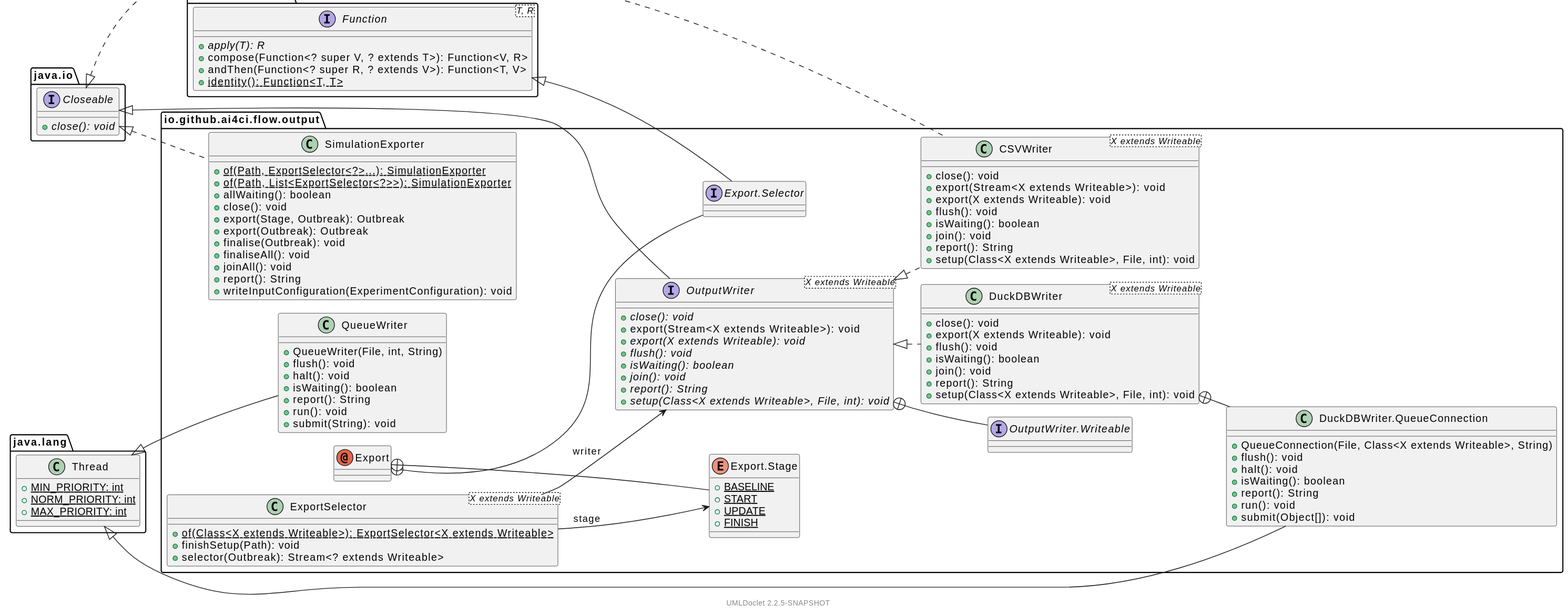
ai4ci/jpansim2 keeps this PlantUML diagram as jpansim2-core/apidocs/io/github/ai4ci/flow/output/package.svg. Above is the earlier version. Source of this version:
```plantuml
@startuml


    !pragma layout smetana
    left to right direction
    set separator ::

    package io.github.ai4ci.flow.output {

        class SimulationExporter [[SimulationExporter.html]] {
            {static} +of(Path, ExportSelector<?>...): SimulationExporter
            {static} +of(Path, List<ExportSelector<?>>): SimulationExporter
            +allWaiting(): boolean
            +close(): void
            +export(Stage, Outbreak): Outbreak
            +export(Outbreak): Outbreak
            +finalise(Outbreak): void
            +finaliseAll(): void
            +joinAll(): void
            +report(): String
            +writeInputConfiguration(ExperimentConfiguration): void
        }

        class QueueWriter [[QueueWriter.html]] {
            +QueueWriter(File, int, String)
            +flush(): void
            +halt(): void
            +isWaiting(): boolean
            +report(): String
            +run(): void
            +submit(String): void
        }

        class ExportSelector<X extends Writeable> [[ExportSelector.html]] {
            {static} +of(Class<X extends Writeable>): ExportSelector<X extends Writeable>
            +finishSetup(Path): void
            +selector(Outbreak): Stream<? extends Writeable>
        }

        interface OutputWriter<X extends Writeable> [[OutputWriter.html]] {
            {abstract} +close(): void
            +export(Stream<X extends Writeable>): void
            {abstract} +export(X extends Writeable): void
            {abstract} +flush(): void
            {abstract} +isWaiting(): boolean
            {abstract} +join(): void
            {abstract} +report(): String
            {abstract} +setup(Class<X extends Writeable>, File, int): void
        }

        interface OutputWriter.Writeable [[OutputWriter.Writeable.html]]

        class CSVWriter<X extends Writeable> [[CSVWriter.html]] {
            +close(): void
            +export(Stream<X extends Writeable>): void
            +export(X extends Writeable): void
            +flush(): void
            +isWaiting(): boolean
            +join(): void
            +report(): String
            +setup(Class<X extends Writeable>, File, int): void
        }

        class DuckDBWriter<X extends Writeable> [[DuckDBWriter.html]] {
            +close(): void
            +export(X extends Writeable): void
            +flush(): void
            +isWaiting(): boolean
            +join(): void
            +report(): String
            +setup(Class<X extends Writeable>, File, int): void
        }

        class DuckDBWriter.QueueConnection [[DuckDBWriter.QueueConnection.html]] {
            +QueueConnection(File, Class<X extends Writeable>, String)
            +flush(): void
            +halt(): void
            +isWaiting(): boolean
            +report(): String
            +run(): void
            +submit(Object[]): void
        }

        annotation Export [[Export.html]]

        interface Export.Selector [[Export.Selector.html]]

        enum Export.Stage [[Export.Stage.html]] {
            {static} +BASELINE
            {static} +START
            {static} +UPDATE
            {static} +FINISH
        }

    }

    package java.io {
        interface Closeable [[https://docs.oracle.com/en/java/javase/11/docs/api/java.base/java/io/Closeable.html?is-external=true]] {
            {abstract} +close(): void
        }
    }

    package java.lang {
        class Thread [[https://docs.oracle.com/en/java/javase/11/docs/api/java.base/java/lang/Thread.html?is-external=true]] {
            {static} +MIN_PRIORITY: int
            {static} +NORM_PRIORITY: int
            {static} +MAX_PRIORITY: int
        }
    }

    package java.util.function {
        interface Function<T, R> [[https://docs.oracle.com/en/java/javase/11/docs/api/java.base/java/util/function/Function.html?is-external=true]] {
            {abstract} +apply(T): R
            +compose(Function<? super V, ? extends T>): Function<V, R>
            +andThen(Function<? super R, ? extends V>): Function<T, V>
            {static} +identity(): Function<T, T>
        }
    }

    java.io::Closeable <|.. io.github.ai4ci.flow.output::SimulationExporter
    java.lang::Thread <|-- io.github.ai4ci.flow.output::QueueWriter
    io.github.ai4ci.flow.output::ExportSelector --> io.github.ai4ci.flow.output::Export.Stage: stage
    io.github.ai4ci.flow.output::ExportSelector --> io.github.ai4ci.flow.output::OutputWriter: writer
    java.io::Closeable <|-- io.github.ai4ci.flow.output::OutputWriter
    io.github.ai4ci.flow.output::OutputWriter +-- io.github.ai4ci.flow.output::OutputWriter.Writeable
    java.io::Closeable <|.. io.github.ai4ci.flow.output::CSVWriter
    io.github.ai4ci.flow.output::OutputWriter <|.. io.github.ai4ci.flow.output::CSVWriter
    io.github.ai4ci.flow.output::OutputWriter <|.. io.github.ai4ci.flow.output::DuckDBWriter
    java.lang::Thread <|-- io.github.ai4ci.flow.output::DuckDBWriter.QueueConnection
    io.github.ai4ci.flow.output::DuckDBWriter +-- io.github.ai4ci.flow.output::DuckDBWriter.QueueConnection
    java.util.function::Function <|-- io.github.ai4ci.flow.output::Export.Selector
    io.github.ai4ci.flow.output::Export +-- io.github.ai4ci.flow.output::Export.Selector
    io.github.ai4ci.flow.output::Export +-- io.github.ai4ci.flow.output::Export.Stage

    <style>
        footer {
            HyperLinkColor #8
            HyperLinkUnderlineThickness 0
        }
    </style>
    footer \n[[https://github.com/talsma-ict/umldoclet UMLDoclet 2.2.5-SNAPSHOT]]
@enduml
```
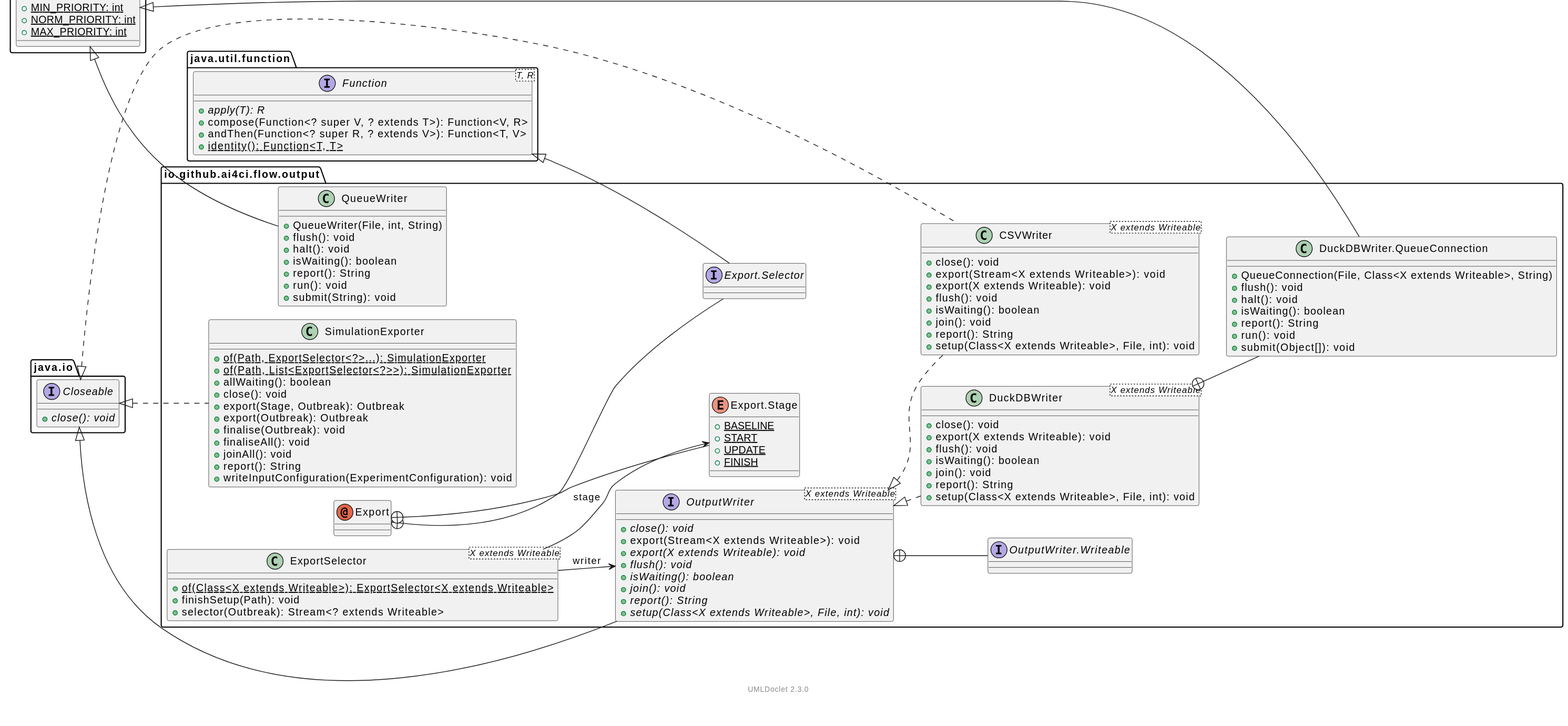
Above is the later version.

Change to the diagram source:
```diff
@@ -1,142 +1,142 @@
 @startuml
 
 
-    !pragma layout smetana
-    left to right direction
-    set separator ::
+	!pragma layout smetana
+	left to right direction
+	set separator ::
 
-    package io.github.ai4ci.flow.output {
+	package io.github.ai4ci.flow.output {
 
-        class SimulationExporter [[SimulationExporter.html]] {
-            {static} +of(Path, ExportSelector<?>...): SimulationExporter
-            {static} +of(Path, List<ExportSelector<?>>): SimulationExporter
-            +allWaiting(): boolean
-            +close(): void
-            +export(Stage, Outbreak): Outbreak
-            +export(Outbreak): Outbreak
-            +finalise(Outbreak): void
-            +finaliseAll(): void
-            +joinAll(): void
-            +report(): String
-            +writeInputConfiguration(ExperimentConfiguration): void
-        }
+		class QueueWriter [[QueueWriter.html]] {
+			+QueueWriter(File, int, String)
+			+flush(): void
+			+halt(): void
+			+isWaiting(): boolean
+			+report(): String
+			+run(): void
+			+submit(String): void
+		}
 
-        class QueueWriter [[QueueWriter.html]] {
-            +QueueWriter(File, int, String)
-            +flush(): void
-            +halt(): void
-            +isWaiting(): boolean
-            +report(): String
-            +run(): void
-            +submit(String): void
-        }
+		class SimulationExporter [[SimulationExporter.html]] {
+			{static} +of(Path, ExportSelector<?>...): SimulationExporter
+			{static} +of(Path, List<ExportSelector<?>>): SimulationExporter
+			+allWaiting(): boolean
+			+close(): void
+			+export(Stage, Outbreak): Outbreak
+			+export(Outbreak): Outbreak
+			+finalise(Outbreak): void
+			+finaliseAll(): void
+			+joinAll(): void
+			+report(): String
+			+writeInputConfiguration(ExperimentConfiguration): void
+		}
 
-        class ExportSelector<X extends Writeable> [[ExportSelector.html]] {
-            {static} +of(Class<X extends Writeable>): ExportSelector<X extends Writeable>
-            +finishSetup(Path): void
-            +selector(Outbreak): Stream<? extends Writeable>
-        }
+		class CSVWriter<X extends Writeable> [[CSVWriter.html]] {
+			+close(): void
+			+export(Stream<X extends Writeable>): void
+			+export(X extends Writeable): void
+			+flush(): void
+			+isWaiting(): boolean
+			+join(): void
+			+report(): String
+			+setup(Class<X extends Writeable>, File, int): void
+		}
 
-        interface OutputWriter<X extends Writeable> [[OutputWriter.html]] {
-            {abstract} +close(): void
-            +export(Stream<X extends Writeable>): void
-            {abstract} +export(X extends Writeable): void
-            {abstract} +flush(): void
-            {abstract} +isWaiting(): boolean
-            {abstract} +join(): void
-            {abstract} +report(): String
-            {abstract} +setup(Class<X extends Writeable>, File, int): void
-        }
+		interface OutputWriter<X extends Writeable> [[OutputWriter.html]] {
+			{abstract} +close(): void
+			+export(Stream<X extends Writeable>): void
+			{abstract} +export(X extends Writeable): void
+			{abstract} +flush(): void
+			{abstract} +isWaiting(): boolean
+			{abstract} +join(): void
+			{abstract} +report(): String
+			{abstract} +setup(Class<X extends Writeable>, File, int): void
+		}
 
-        interface OutputWriter.Writeable [[OutputWriter.Writeable.html]]
+		interface OutputWriter.Writeable [[OutputWriter.Writeable.html]]
 
-        class CSVWriter<X extends Writeable> [[CSVWriter.html]] {
-            +close(): void
-            +export(Stream<X extends Writeable>): void
-            +export(X extends Writeable): void
-            +flush(): void
-            +isWaiting(): boolean
-            +join(): void
-            +report(): String
-            +setup(Class<X extends Writeable>, File, int): void
-        }
+		annotation Export [[Export.html]]
 
-        class DuckDBWriter<X extends Writeable> [[DuckDBWriter.html]] {
-            +close(): void
-            +export(X extends Writeable): void
-            +flush(): void
-            +isWaiting(): boolean
-            +join(): void
-            +report(): String
-            +setup(Class<X extends Writeable>, File, int): void
-        }
+		interface Export.Selector [[Export.Selector.html]]
 
-        class DuckDBWriter.QueueConnection [[DuckDBWriter.QueueConnection.html]] {
-            +QueueConnection(File, Class<X extends Writeable>, String)
-            +flush(): void
-            +halt(): void
-            +isWaiting(): boolean
-            +report(): String
-            +run(): void
-            +submit(Object[]): void
-        }
+		enum Export.Stage [[Export.Stage.html]] {
+			{static} +BASELINE
+			{static} +START
+			{static} +UPDATE
+			{static} +FINISH
+		}
 
-        annotation Export [[Export.html]]
+		class ExportSelector<X extends Writeable> [[ExportSelector.html]] {
+			{static} +of(Class<X extends Writeable>): ExportSelector<X extends Writeable>
+			+finishSetup(Path): void
+			+selector(Outbreak): Stream<? extends Writeable>
+		}
 
-        interface Export.Selector [[Export.Selector.html]]
+		class DuckDBWriter<X extends Writeable> [[DuckDBWriter.html]] {
+			+close(): void
+			+export(X extends Writeable): void
+			+flush(): void
+			+isWaiting(): boolean
+			+join(): void
+			+report(): String
+			+setup(Class<X extends Writeable>, File, int): void
+		}
 
-        enum Export.Stage [[Export.Stage.html]] {
-            {static} +BASELINE
-            {static} +START
-            {static} +UPDATE
-            {static} +FINISH
-        }
+		class DuckDBWriter.QueueConnection [[DuckDBWriter.QueueConnection.html]] {
+			+QueueConnection(File, Class<X extends Writeable>, String)
+			+flush(): void
+			+halt(): void
+			+isWaiting(): boolean
+			+report(): String
+			+run(): void
+			+submit(Object[]): void
+		}
 
-    }
+	}
 
-    package java.io {
-        interface Closeable [[https://docs.oracle.com/en/java/javase/11/docs/api/java.base/java/io/Closeable.html?is-external=true]] {
-            {abstract} +close(): void
-        }
-    }
+	package java.lang {
+		class Thread [[https://docs.oracle.com/en/java/javase/11/docs/api/java.base/java/lang/Thread.html?is-external=true]] {
+			{static} +MIN_PRIORITY: int
+			{static} +NORM_PRIORITY: int
+			{static} +MAX_PRIORITY: int
+		}
+	}
 
-    package java.lang {
-        class Thread [[https://docs.oracle.com/en/java/javase/11/docs/api/java.base/java/lang/Thread.html?is-external=true]] {
-            {static} +MIN_PRIORITY: int
-            {static} +NORM_PRIORITY: int
-            {static} +MAX_PRIORITY: int
-        }
-    }
+	package java.io {
+		interface Closeable [[https://docs.oracle.com/en/java/javase/11/docs/api/java.base/java/io/Closeable.html?is-external=true]] {
+			{abstract} +close(): void
+		}
+	}
 
-    package java.util.function {
-        interface Function<T, R> [[https://docs.oracle.com/en/java/javase/11/docs/api/java.base/java/util/function/Function.html?is-external=true]] {
-            {abstract} +apply(T): R
-            +compose(Function<? super V, ? extends T>): Function<V, R>
-            +andThen(Function<? super R, ? extends V>): Function<T, V>
-            {static} +identity(): Function<T, T>
-        }
-    }
+	package java.util.function {
+		interface Function<T, R> [[https://docs.oracle.com/en/java/javase/11/docs/api/java.base/java/util/function/Function.html?is-external=true]] {
+			{abstract} +apply(T): R
+			+compose(Function<? super V, ? extends T>): Function<V, R>
+			+andThen(Function<? super R, ? extends V>): Function<T, V>
+			{static} +identity(): Function<T, T>
+		}
+	}
 
-    java.io::Closeable <|.. io.github.ai4ci.flow.output::SimulationExporter
-    java.lang::Thread <|-- io.github.ai4ci.flow.output::QueueWriter
-    io.github.ai4ci.flow.output::ExportSelector --> io.github.ai4ci.flow.output::Export.Stage: stage
-    io.github.ai4ci.flow.output::ExportSelector --> io.github.ai4ci.flow.output::OutputWriter: writer
-    java.io::Closeable <|-- io.github.ai4ci.flow.output::OutputWriter
-    io.github.ai4ci.flow.output::OutputWriter +-- io.github.ai4ci.flow.output::OutputWriter.Writeable
-    java.io::Closeable <|.. io.github.ai4ci.flow.output::CSVWriter
-    io.github.ai4ci.flow.output::OutputWriter <|.. io.github.ai4ci.flow.output::CSVWriter
-    io.github.ai4ci.flow.output::OutputWriter <|.. io.github.ai4ci.flow.output::DuckDBWriter
-    java.lang::Thread <|-- io.github.ai4ci.flow.output::DuckDBWriter.QueueConnection
-    io.github.ai4ci.flow.output::DuckDBWriter +-- io.github.ai4ci.flow.output::DuckDBWriter.QueueConnection
-    java.util.function::Function <|-- io.github.ai4ci.flow.output::Export.Selector
-    io.github.ai4ci.flow.output::Export +-- io.github.ai4ci.flow.output::Export.Selector
-    io.github.ai4ci.flow.output::Export +-- io.github.ai4ci.flow.output::Export.Stage
+	java.lang::Thread <|-- io.github.ai4ci.flow.output::QueueWriter
+	java.io::Closeable <|.. io.github.ai4ci.flow.output::SimulationExporter
+	java.io::Closeable <|.. io.github.ai4ci.flow.output::CSVWriter
+	io.github.ai4ci.flow.output::OutputWriter <|.. io.github.ai4ci.flow.output::CSVWriter
+	java.io::Closeable <|-- io.github.ai4ci.flow.output::OutputWriter
+	io.github.ai4ci.flow.output::OutputWriter +-- io.github.ai4ci.flow.output::OutputWriter.Writeable
+	java.util.function::Function <|-- io.github.ai4ci.flow.output::Export.Selector
+	io.github.ai4ci.flow.output::Export +-- io.github.ai4ci.flow.output::Export.Selector
+	io.github.ai4ci.flow.output::Export +-- io.github.ai4ci.flow.output::Export.Stage
+	io.github.ai4ci.flow.output::ExportSelector --> io.github.ai4ci.flow.output::Export.Stage: stage
+	io.github.ai4ci.flow.output::ExportSelector --> io.github.ai4ci.flow.output::OutputWriter: writer
+	io.github.ai4ci.flow.output::OutputWriter <|.. io.github.ai4ci.flow.output::DuckDBWriter
+	java.lang::Thread <|-- io.github.ai4ci.flow.output::DuckDBWriter.QueueConnection
+	io.github.ai4ci.flow.output::DuckDBWriter +-- io.github.ai4ci.flow.output::DuckDBWriter.QueueConnection
 
-    <style>
-        footer {
-            HyperLinkColor #8
-            HyperLinkUnderlineThickness 0
-        }
-    </style>
-    footer \n[[https://github.com/talsma-ict/umldoclet UMLDoclet 2.2.5-SNAPSHOT]]
+	<style>
+		footer {
+			HyperLinkColor #8
+			HyperLinkUnderlineThickness 0
+		}
+	</style>
+	footer \n[[https://github.com/talsma-ict/umldoclet UMLDoclet 2.3.0]]
 @enduml
```
